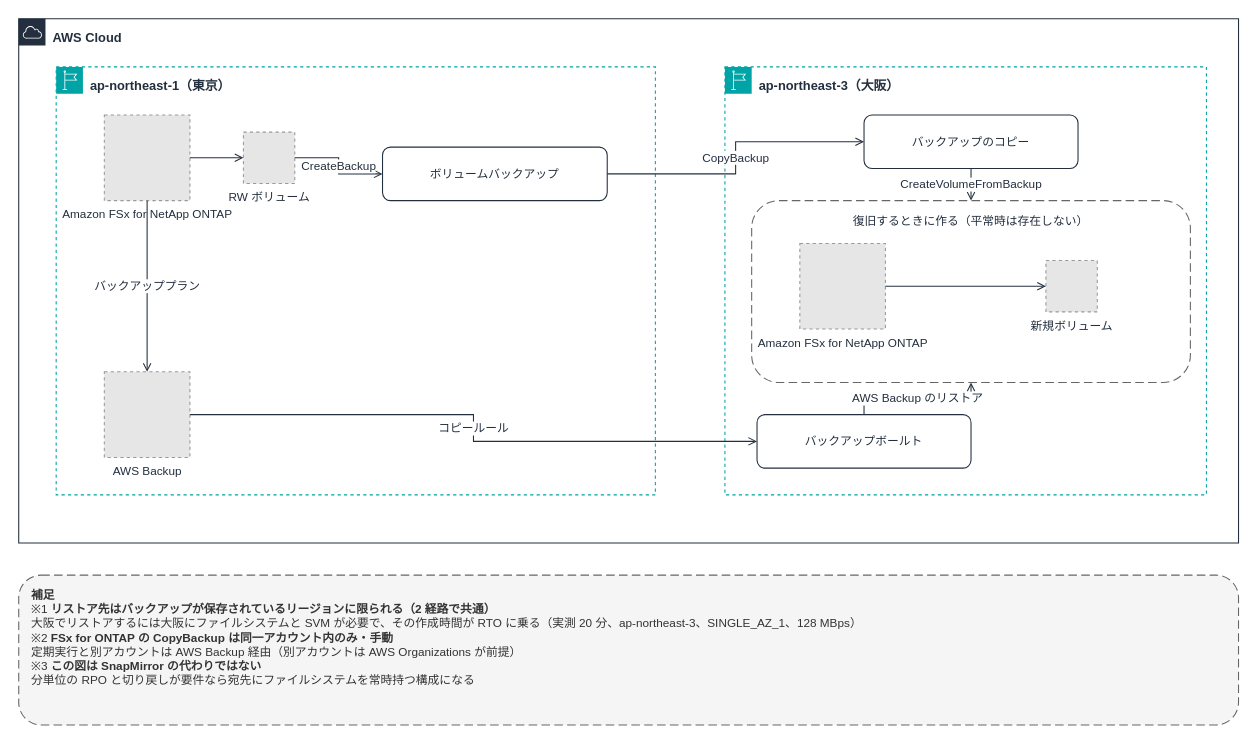
Earlier version of the draw.io diagram docs/_assets/diagrams/backup-copy-cross-region.drawio (Yoshiki0705/FSx-for-ONTAP-Adoption-Playbook). Source tidied: cells renumbered, new cells numbered last; positions are measured from the earlier drawing's top-left corner, leaving out a move shared by most shapes. Both pictures are drawn from the tidied source at 107%, with x=0, y=0 at pixel (18, 18). Pictures stored in the file or linked from it are replaced by grey dashed boxes.
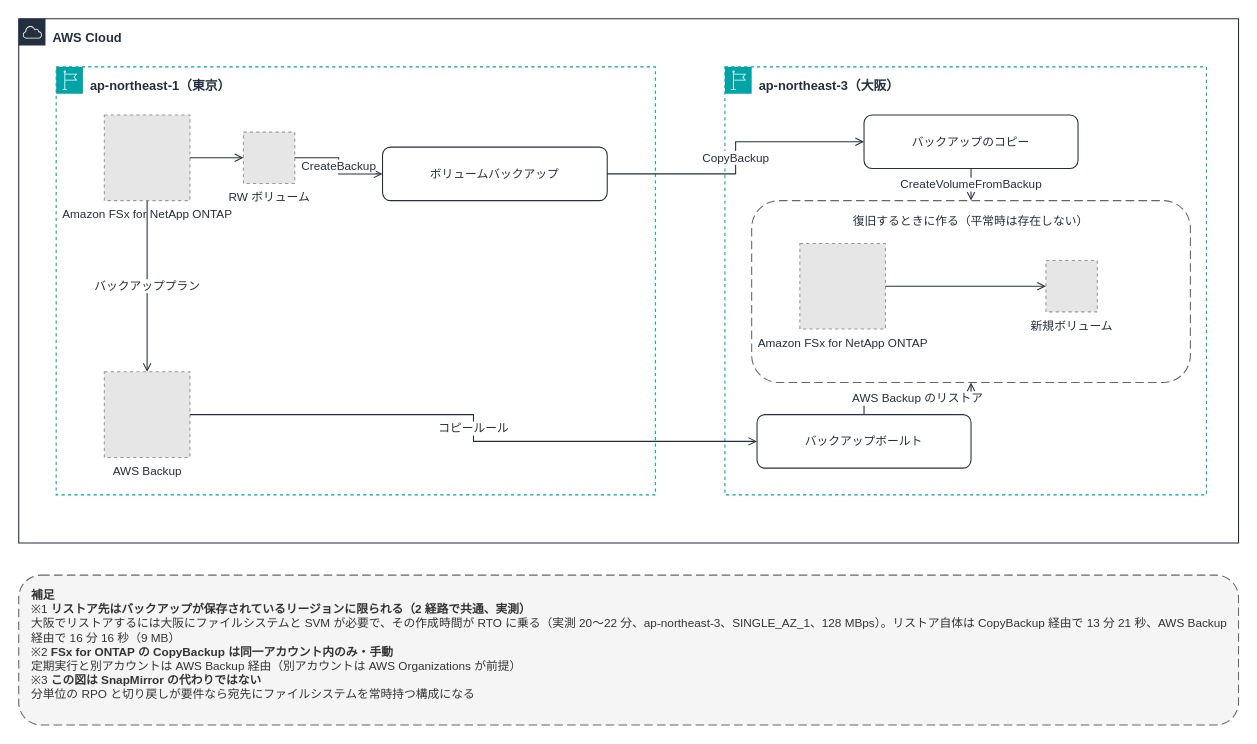
The same diagram, later.

The edit, as a diff of the source:
```diff
@@
-    <mxCell id="22" value="&lt;b&gt;補足&lt;/b&gt;&lt;br&gt;※1 &lt;b&gt;リストア先はバックアップが保存されているリージョンに限られる（2 経路で共通）&lt;/b&gt;&lt;br&gt;大阪でリストアするには大阪にファイルシステムと SVM が必要で、その作成時間が RTO に乗る（実測 20 分、ap-northeast-3、SINGLE_AZ_1、128 MBps）&lt;br&gt;※2 &lt;b&gt;FSx for ONTAP の CopyBackup は同一アカウント内のみ・手動&lt;/b&gt;&lt;br&gt;定期実行と別アカウントは AWS Backup 経由（別アカウントは AWS Organizations が前提）&lt;br&gt;※3 &lt;b&gt;この図は SnapMirror の代わりではない&lt;/b&gt;&lt;br&gt;分単位の RPO と切り戻しが要件なら宛先にファイルシステムを常時持つ構成になる" style="rounded=1;whiteSpace=wrap;html=1;dashed=1;dashPattern=8 4;strokeColor=#666666;fillColor=#F5F5F5;fontColor=#333333;fontSize=11;align=left;verticalAlign=top;spacingLeft=10;spacingTop=6;" parent="1" vertex="1">
+    <mxCell id="22" value="&lt;b&gt;補足&lt;/b&gt;&lt;br&gt;※1 &lt;b&gt;リストア先はバックアップが保存されているリージョンに限られる（2 経路で共通、実測）&lt;/b&gt;&lt;br&gt;大阪でリストアするには大阪にファイルシステムと SVM が必要で、その作成時間が RTO に乗る（実測 20〜22 分、ap-northeast-3、SINGLE_AZ_1、128 MBps）。リストア自体は CopyBackup 経由で 13 分 21 秒、AWS Backup 経由で 16 分 16 秒（9 MB）&lt;br&gt;※2 &lt;b&gt;FSx for ONTAP の CopyBackup は同一アカウント内のみ・手動&lt;/b&gt;&lt;br&gt;定期実行と別アカウントは AWS Backup 経由（別アカウントは AWS Organizations が前提）&lt;br&gt;※3 &lt;b&gt;この図は SnapMirror の代わりではない&lt;/b&gt;&lt;br&gt;分単位の RPO と切り戻しが要件なら宛先にファイルシステムを常時持つ構成になる" style="rounded=1;whiteSpace=wrap;html=1;dashed=1;dashPattern=8 4;strokeColor=#666666;fillColor=#F5F5F5;fontColor=#333333;fontSize=11;align=left;verticalAlign=top;spacingLeft=10;spacingTop=6;" parent="1" vertex="1">
       <mxGeometry y="520" width="1140" height="140" as="geometry" />
     </mxCell>
```
